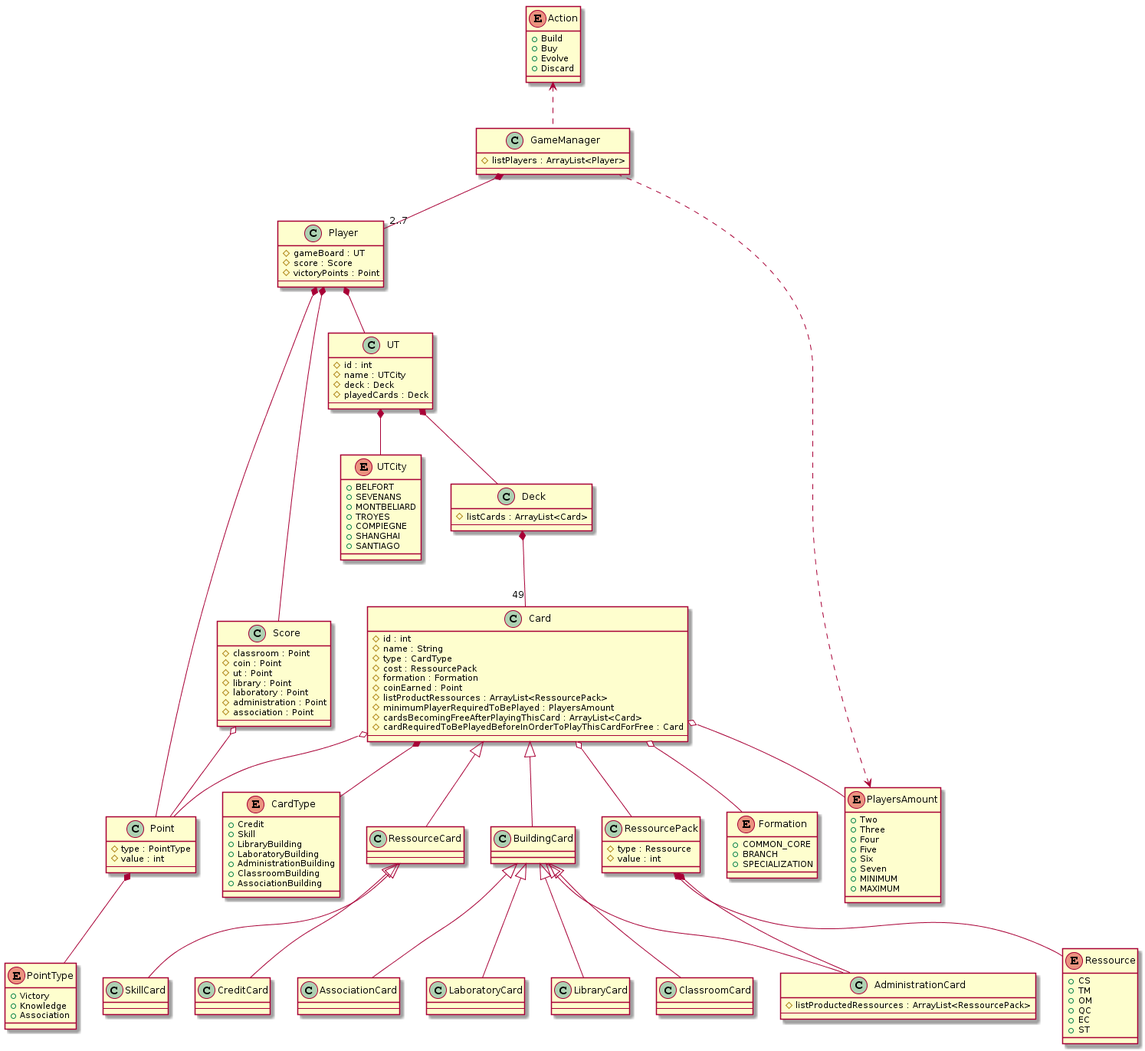
The PlantUML diagram resources/png/UML_ClassDiagram.png in AurelienVasseur/seven-wonders-lo43, before a commit. The source it was exported from:
```plantuml
@startuml
set namespaceSeparator ::

class GameManager {
# listPlayers : ArrayList<Player>
--
}

class Player {
# gameBoard : UT
# score : Score
# victoryPoints : Point
--
}

class Card {
# id : int
# name : String
# type : CardType
# cost : RessourcePack
# formation : Formation
# coinEarned : Point
# listProductRessources : ArrayList<RessourcePack>
# minimumPlayerRequiredToBePlayed : PlayersAmount
# cardsBecomingFreeAfterPlayingThisCard : ArrayList<Card>
# cardRequiredToBePlayedBeforeInOrderToPlayThisCardForFree : Card
--
}

class RessourcePack {
# type : Ressource
# value : int
}

enum Ressource {
+ CS
+ TM
+ OM
+ QC
+ EC
+ ST
}

class Deck {
# listCards : ArrayList<Card>
--
}

enum Formation {
+ COMMON_CORE
+ BRANCH
+ SPECIALIZATION
}

enum PlayersAmount {
+ Two
+ Three
+ Four
+ Five
+ Six
+ Seven
+ MINIMUM
+ MAXIMUM
}

class UT {
# id : int
# name : UTCity
# deck : Deck
# playedCards : Deck
--
}

enum UTCity {
+ BELFORT
+ SEVENANS
+ MONTBELIARD
+ TROYES
+ COMPIEGNE
+ SHANGHAI
+ SANTIAGO
}

enum Action {
+ Build
+ Buy
+ Evolve
+ Discard
}

enum CardType {
+ Credit
+ Skill
+ LibraryBuilding
+ LaboratoryBuilding
+ AdministrationBuilding
+ ClassroomBuilding
+ AssociationBuilding
}

class RessourceCard {
--
}
class CreditCard{
--
}
class SkillCard{
--
}
class LaboratoryCard {
--
}
class LibraryCard {
--
}
class AdministrationCard {
# listProductedRessources : ArrayList<RessourcePack>
--
}
class ClassroomCard {
--
}
class AssociationCard {
--
}

class Point {
# type : PointType
# value : int
--
}

class Score {
# classroom : Point
# coin : Point
# ut : Point
# library : Point
# laboratory : Point
# administration : Point
# association : Point
--
}

enum PointType {
+ Victory
+ Knowledge
+ Association
}

Action <.. GameManager
PlayersAmount <.. GameManager

GameManager *--"2..7" Player
Player *-- UT
UT *-- Deck
Deck *--"49" Card

UT *-- UTCity

Card <|-- RessourceCard
Card <|-- BuildingCard
RessourceCard <|-- CreditCard
RessourceCard <|-- SkillCard
BuildingCard <|-- LibraryCard
BuildingCard <|-- LaboratoryCard
BuildingCard <|-- AdministrationCard
BuildingCard <|-- AssociationCard
BuildingCard <|-- ClassroomCard

Point *-- PointType

Player *-- Score
Player *-- Point

Score o-- Point

Card *-- CardType
Card o-- RessourcePack
Card o-- Formation
Card o-- Point

Card o-- PlayersAmount

RessourcePack *-- AdministrationCard

RessourcePack *-- Ressource
@enduml
```
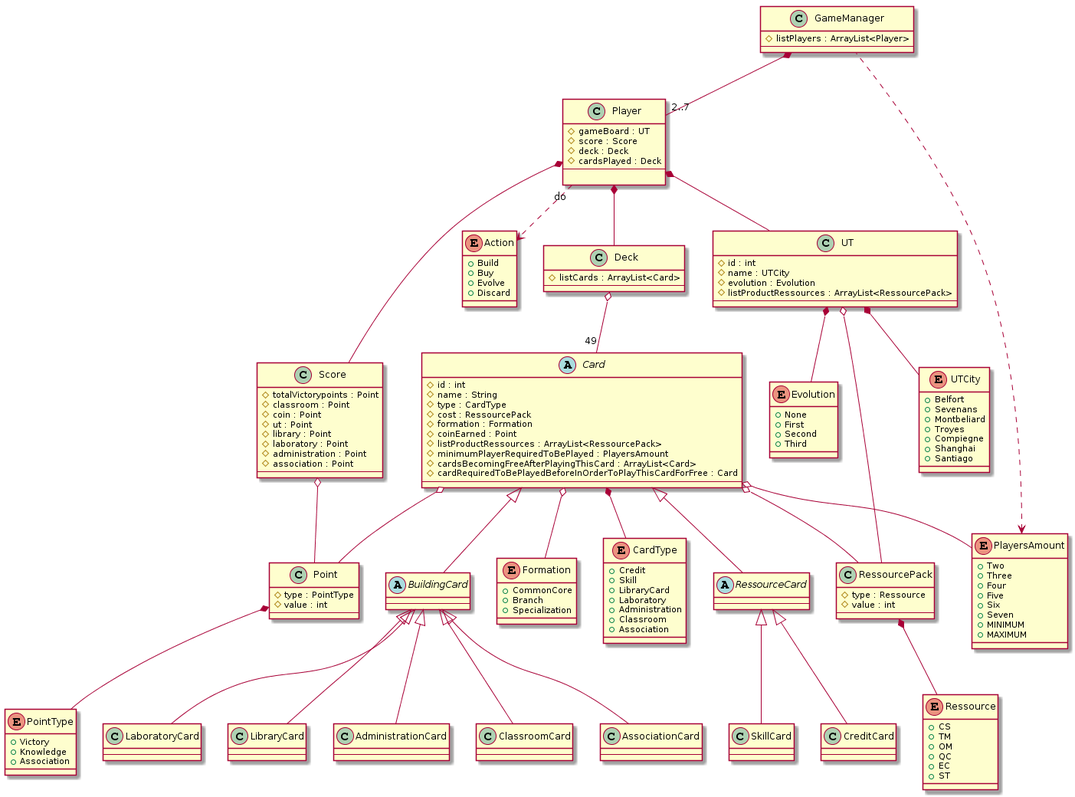
Later version of the same file.

Commit message:
updated UML diagram classes

What changed in the source:
```diff
@@ -9,11 +9,13 @@
 class Player {
 # gameBoard : UT
 # score : Score
-# victoryPoints : Point
+# deck : Deck
+# cardsPlayed : Deck
 --
+
 }
 
-class Card {
+abstract class Card {
 # id : int
 # name : String
 # type : CardType
@@ -30,75 +32,31 @@
 class RessourcePack {
 # type : Ressource
 # value : int
+--
 }
 
-enum Ressource {
-+ CS
-+ TM
-+ OM
-+ QC
-+ EC
-+ ST
-}
 
 class Deck {
 # listCards : ArrayList<Card>
 --
 }
 
-enum Formation {
-+ COMMON_CORE
-+ BRANCH
-+ SPECIALIZATION
-}
 
-enum PlayersAmount {
-+ Two
-+ Three
-+ Four
-+ Five
-+ Six
-+ Seven
-+ MINIMUM
-+ MAXIMUM
-}
 
 class UT {
 # id : int
 # name : UTCity
-# deck : Deck
-# playedCards : Deck
+# evolution : Evolution
+# listProductRessources : ArrayList<RessourcePack>
 --
 }
 
-enum UTCity {
-+ BELFORT
-+ SEVENANS
-+ MONTBELIARD
-+ TROYES
-+ COMPIEGNE
-+ SHANGHAI
-+ SANTIAGO
+
+
+abstract class RessourceCard {
+--
 }
-
-enum Action {
-+ Build
-+ Buy
-+ Evolve
-+ Discard
-}
-
-enum CardType {
-+ Credit
-+ Skill
-+ LibraryBuilding
-+ LaboratoryBuilding
-+ AdministrationBuilding
-+ ClassroomBuilding
-+ AssociationBuilding
-}
-
-class RessourceCard {
+abstract class BuildingCard {
 --
 }
 class CreditCard{
@@ -114,7 +72,6 @@
 --
 }
 class AdministrationCard {
-# listProductedRessources : ArrayList<RessourcePack>
 --
 }
 class ClassroomCard {
@@ -131,6 +88,7 @@
 }
 
 class Score {
+# totalVictorypoints : Point
 # classroom : Point
 # coin : Point
 # ut : Point
@@ -141,21 +99,76 @@
 --
 }
 
+enum Ressource {
++ CS
++ TM
++ OM
++ QC
++ EC
++ ST
+}
+
+enum Formation {
++ CommonCore
++ Branch
++ Specialization
+}
+
+enum PlayersAmount {
++ Two
++ Three
++ Four
++ Five
++ Six
++ Seven
++ MINIMUM
++ MAXIMUM
+}
+
+enum UTCity {
++ Belfort
++ Sevenans
++ Montbeliard
++ Troyes
++ Compiegne
++ Shanghai
++ Santiago
+}
+
+enum Action {
++ Build
++ Buy
++ Evolve
++ Discard
+}
+
+enum CardType {
++ Credit
++ Skill
++ LibraryCard
++ Laboratory
++ Administration
++ Classroom
++ Association
+}
+enum Evolution {
++ None
++ First
++ Second
++ Third
+}
+
 enum PointType {
 + Victory
 + Knowledge
 + Association
 }
 
-Action <.. GameManager
-PlayersAmount <.. GameManager
-
 GameManager *--"2..7" Player
 Player *-- UT
-UT *-- Deck
-Deck *--"49" Card
+Player *-- Deck
+Deck o--"49" Card
 
-UT *-- UTCity
 
 Card <|-- RessourceCard
 Card <|-- BuildingCard
@@ -167,21 +180,24 @@
 BuildingCard <|-- AssociationCard
 BuildingCard <|-- ClassroomCard
 
-Point *-- PointType
 
 Player *-- Score
-Player *-- Point
 
 Score o-- Point
 
-Card *-- CardType
 Card o-- RessourcePack
-Card o-- Formation
 Card o-- Point
 
-Card o-- PlayersAmount
+UT o-- RessourcePack
 
-RessourcePack *-- AdministrationCard
 
 RessourcePack *-- Ressource
+Card o-- Formation
+Card o-- PlayersAmount
+PlayersAmount <.. GameManager
+UT *-- UTCity
+Player "do"..> Action
+Card *-- CardType
+UT *-- Evolution
+Point *-- PointType
 @enduml
```
